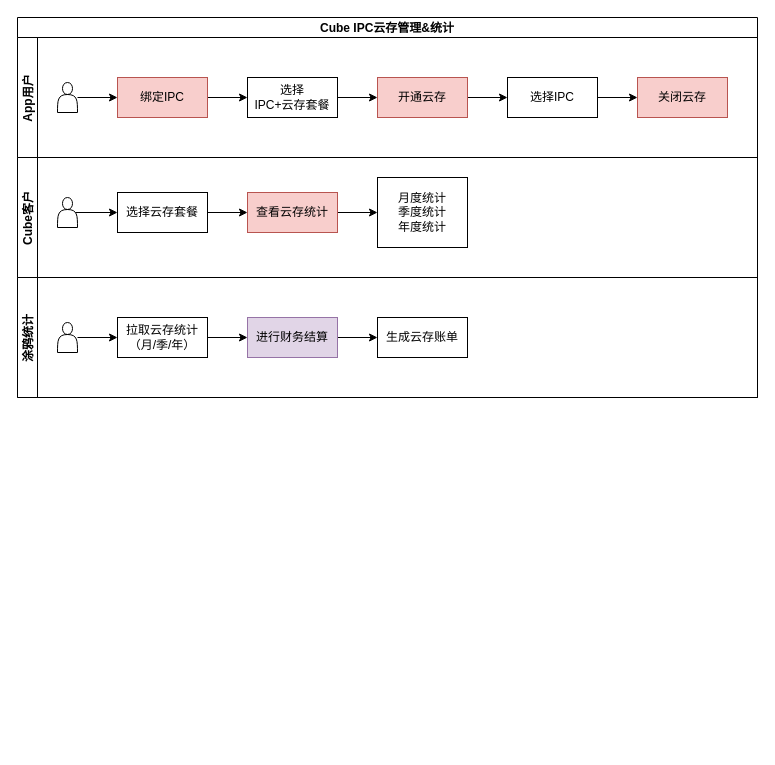
Above: page "云存统计" (6 of 6) of Cube_workflow.drawio in Sidamor/drawio (draw.io), before the change. Source tidied: cells renumbered, new cells numbered last; positions are measured from the earlier drawing's top-left corner, leaving out a move shared by most shapes. Both pictures are drawn from the tidied source at 100%, with x=0, y=0 at pixel (17, 17).
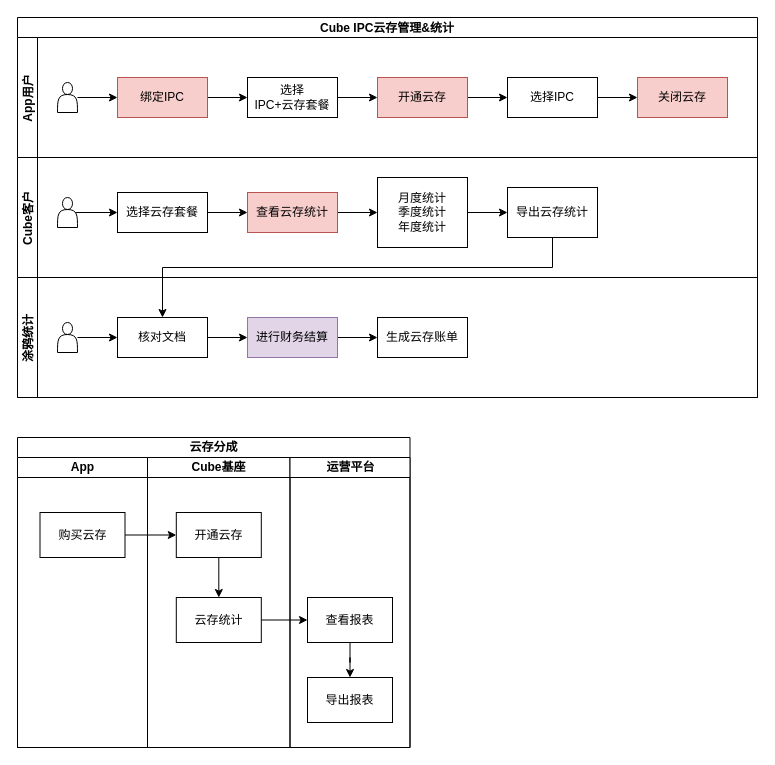
Above is the later version.

The change refers to these unchanged cells:
```xml
<mxCell id="2" value="Cube IPC云存管理&amp;统计" style="swimlane;horizontal=1;startSize=20;" parent="1" vertex="1">
  <mxGeometry width="740" height="380" as="geometry" />
</mxCell>
<mxCell id="15" value="Cube客户" style="swimlane;startSize=20;horizontal=0;" parent="2" vertex="1">
  <mxGeometry y="140" width="740" height="120" as="geometry" />
</mxCell>
<mxCell id="22" value="月度统计&lt;br&gt;季度统计&lt;br&gt;年度统计" style="whiteSpace=wrap;html=1;" parent="15" vertex="1">
  <mxGeometry x="360" y="20" width="90" height="70" as="geometry" />
</mxCell>
<mxCell id="23" value="涂鸦统计" style="swimlane;startSize=20;horizontal=0;" parent="2" vertex="1">
  <mxGeometry y="260" width="740" height="120" as="geometry" />
</mxCell>
```

Diff of the diagram source:
```diff
@@
+    <mxCell id="31" style="edgeStyle=orthogonalEdgeStyle;rounded=0;jettySize=auto;html=1;" parent="15" edge="1" source="22" target="32">
+      <mxGeometry relative="1" as="geometry" />
+    </mxCell>
@@
+    <mxCell id="32" value="导出云存统计" style="whiteSpace=wrap;html=1;" parent="15" vertex="1">
+      <mxGeometry x="490" y="30" width="90" height="50" as="geometry" />
+    </mxCell>
@@
-    <mxCell id="26" value="拉取云存统计&lt;br&gt;（月/季/年）" style="whiteSpace=wrap;html=1;" parent="23" vertex="1">
+    <mxCell id="26" value="核对文档" style="whiteSpace=wrap;html=1;" parent="23" vertex="1">
       <mxGeometry x="100" y="40" width="90" height="40" as="geometry" />
     </mxCell>
@@
+    <mxCell id="33" style="edgeStyle=orthogonalEdgeStyle;rounded=0;jettySize=auto;html=1;exitX=0.5;exitY=1;exitDx=0;exitDy=0;" parent="2" edge="1" source="32" target="26">
+      <mxGeometry relative="1" as="geometry">
+        <Array as="points">
+          <mxPoint x="535" y="250" />
+          <mxPoint x="145" y="250" />
+        </Array>
+      </mxGeometry>
+    </mxCell>
+    <mxCell id="34" value="云存分成" style="swimlane;startSize=20;html=1;" parent="1" vertex="1">
+      <mxGeometry y="420" width="392.5" height="310" as="geometry" />
+    </mxCell>
+    <mxCell id="35" value="App" style="swimlane;startSize=20;html=1;" parent="34" vertex="1">
+      <mxGeometry y="20" width="130" height="290" as="geometry" />
+    </mxCell>
+    <mxCell id="36" value="购买云存" style="rounded=0;whiteSpace=wrap;html=1;" parent="35" vertex="1">
+      <mxGeometry x="22.5" y="55" width="85" height="45" as="geometry" />
+    </mxCell>
+    <mxCell id="37" value="Cube基座" style="swimlane;startSize=20;html=1;" parent="34" vertex="1">
+      <mxGeometry x="130" y="20" width="142.5" height="290" as="geometry" />
+    </mxCell>
+    <mxCell id="38" style="edgeStyle=orthogonalEdgeStyle;rounded=0;jettySize=auto;html=1;" parent="37" edge="1" source="39" target="40">
+      <mxGeometry relative="1" as="geometry" />
+    </mxCell>
+    <mxCell id="39" value="开通云存" style="rounded=0;whiteSpace=wrap;html=1;" parent="37" vertex="1">
+      <mxGeometry x="28.8" y="55" width="85" height="45" as="geometry" />
+    </mxCell>
+    <mxCell id="40" value="云存统计" style="rounded=0;whiteSpace=wrap;html=1;" parent="37" vertex="1">
+      <mxGeometry x="28.8" y="140" width="85" height="45" as="geometry" />
+    </mxCell>
+    <mxCell id="41" value="运营平台" style="swimlane;startSize=20;html=1;" parent="34" vertex="1">
+      <mxGeometry x="272.5" y="20" width="120" height="290" as="geometry" />
+    </mxCell>
+    <mxCell id="42" value="查看报表" style="rounded=0;whiteSpace=wrap;html=1;" parent="41" vertex="1">
+      <mxGeometry x="17.5" y="140" width="85" height="45" as="geometry" />
+    </mxCell>
+    <mxCell id="43" style="edgeStyle=orthogonalEdgeStyle;rounded=0;jettySize=auto;html=1;" parent="34" edge="1" source="36" target="39">
+      <mxGeometry relative="1" as="geometry" />
+    </mxCell>
+    <mxCell id="44" style="edgeStyle=orthogonalEdgeStyle;rounded=0;jettySize=auto;html=1;" parent="34" edge="1" source="40" target="42">
+      <mxGeometry relative="1" as="geometry" />
+    </mxCell>
+    <mxCell id="45" value="导出报表" style="rounded=0;whiteSpace=wrap;html=1;" parent="1" vertex="1">
+      <mxGeometry x="290" y="660" width="85" height="45" as="geometry" />
+    </mxCell>
+    <mxCell id="46" style="edgeStyle=orthogonalEdgeStyle;rounded=0;jettySize=auto;html=1;" parent="1" edge="1" source="42" target="45">
+      <mxGeometry relative="1" as="geometry" />
+    </mxCell>
```
